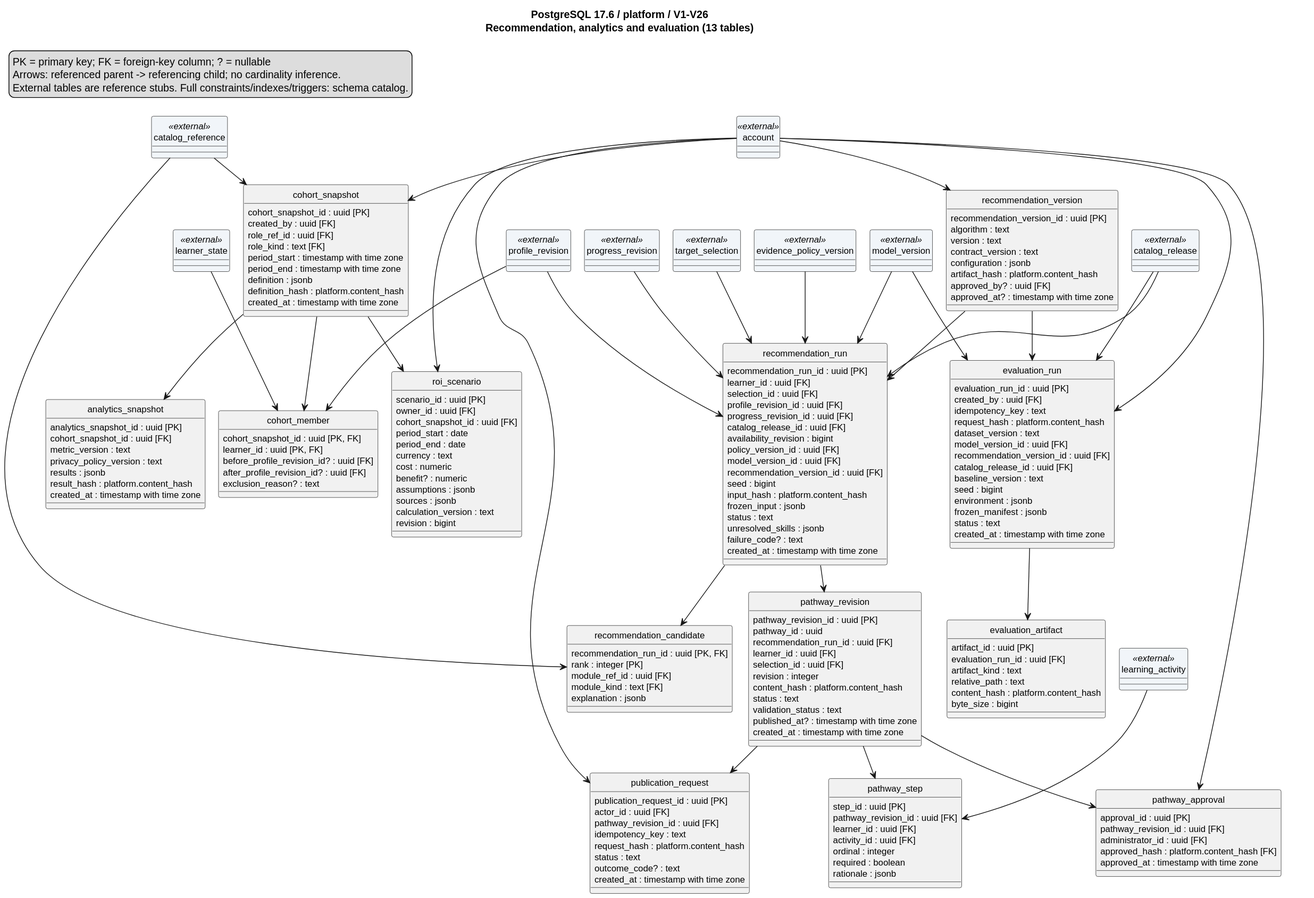
This is documents/diagrams/postgresql-pathway.svg from SEP490-Fall-2026-GFA26SE64/SEP490, a PlantUML export, as it was before one commit.
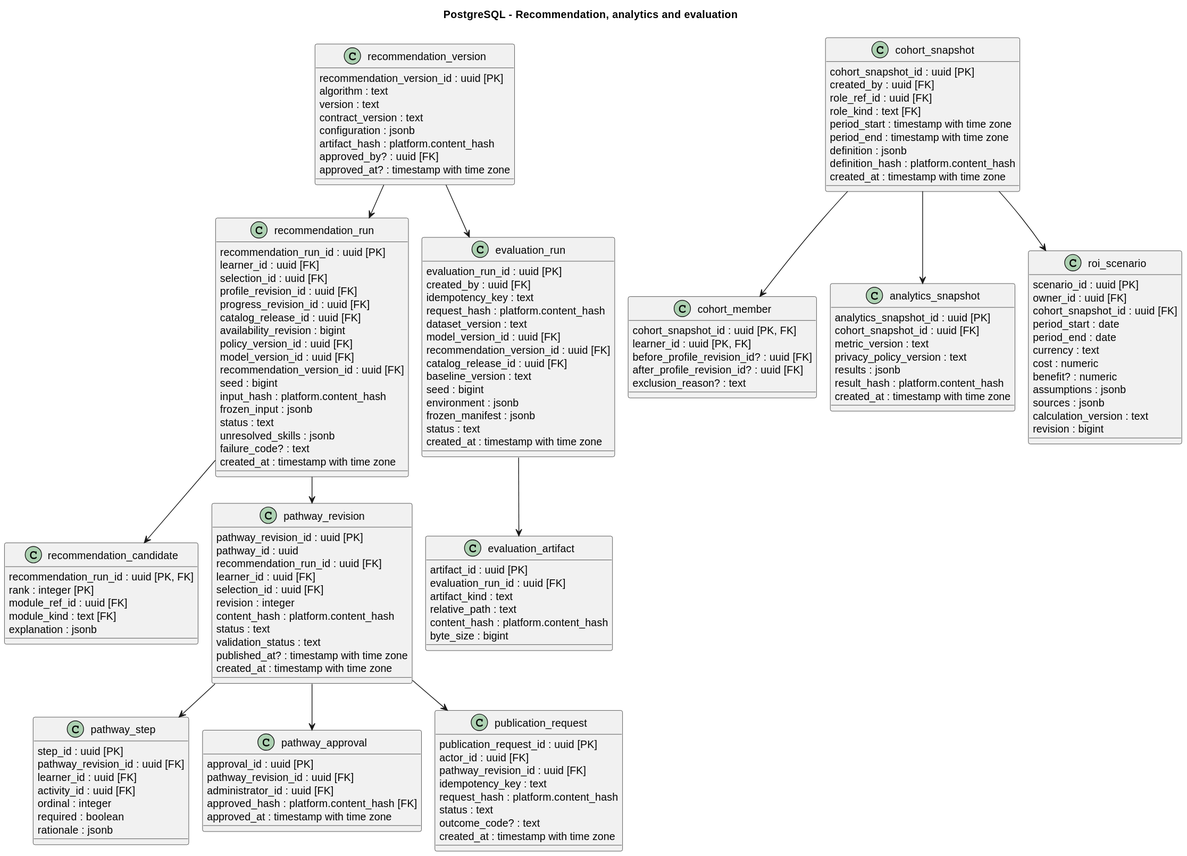
After the commit.

Diff of the diagram source:
```diff
@@ -2,194 +2,156 @@
 !pragma layout smetana
 top to bottom direction
 skinparam shadowing false
-hide circle
-skinparam classAttributeIconSize 0
-skinparam defaultFontName SansSerif
-skinparam defaultFontSize 12
-title PostgreSQL 17.6 / platform / V1-V26\nRecommendation, analytics and evaluation (13 tables)
-legend top left
-PK = primary key; FK = foreign-key column; ? = nullable
-Arrows: referenced parent -> referencing child; no cardinality inference.
-External tables are reference stubs. Full constraints/indexes/triggers: schema catalog.
-endlegend
+title PostgreSQL - Recommendation, analytics and evaluation
 class recommendation_version {
-  recommendation_version_id : uuid [PK]
-  algorithm : text
-  version : text
-  contract_version : text
-  configuration : jsonb
-  artifact_hash : platform.content_hash
-  approved_by? : uuid [FK]
-  approved_at? : timestamp with time zone
+    recommendation_version_id : uuid [PK]
+    algorithm : text
+    version : text
+    contract_version : text
+    configuration : jsonb
+    artifact_hash : platform.content_hash
+    approved_by? : uuid [FK]
+    approved_at? : timestamp with time zone
 }
 class recommendation_run {
-  recommendation_run_id : uuid [PK]
-  learner_id : uuid [FK]
-  selection_id : uuid [FK]
-  profile_revision_id : uuid [FK]
-  progress_revision_id : uuid [FK]
-  catalog_release_id : uuid [FK]
-  availability_revision : bigint
-  policy_version_id : uuid [FK]
-  model_version_id : uuid [FK]
-  recommendation_version_id : uuid [FK]
-  seed : bigint
-  input_hash : platform.content_hash
-  frozen_input : jsonb
-  status : text
-  unresolved_skills : jsonb
-  failure_code? : text
-  created_at : timestamp with time zone
+    recommendation_run_id : uuid [PK]
+    learner_id : uuid [FK]
+    selection_id : uuid [FK]
+    profile_revision_id : uuid [FK]
+    progress_revision_id : uuid [FK]
+    catalog_release_id : uuid [FK]
+    availability_revision : bigint
+    policy_version_id : uuid [FK]
+    model_version_id : uuid [FK]
+    recommendation_version_id : uuid [FK]
+    seed : bigint
+    input_hash : platform.content_hash
+    frozen_input : jsonb
+    status : text
+    unresolved_skills : jsonb
+    failure_code? : text
+    created_at : timestamp with time zone
 }
 class recommendation_candidate {
-  recommendation_run_id : uuid [PK, FK]
-  rank : integer [PK]
-  module_ref_id : uuid [FK]
-  module_kind : text [FK]
-  explanation : jsonb
+    recommendation_run_id : uuid [PK, FK]
+    rank : integer [PK]
+    module_ref_id : uuid [FK]
+    module_kind : text [FK]
+    explanation : jsonb
 }
 class pathway_revision {
-  pathway_revision_id : uuid [PK]
-  pathway_id : uuid
-  recommendation_run_id : uuid [FK]
-  learner_id : uuid [FK]
-  selection_id : uuid [FK]
-  revision : integer
-  content_hash : platform.content_hash
-  status : text
-  validation_status : text
-  published_at? : timestamp with time zone
-  created_at : timestamp with time zone
+    pathway_revision_id : uuid [PK]
+    pathway_id : uuid
+    recommendation_run_id : uuid [FK]
+    learner_id : uuid [FK]
+    selection_id : uuid [FK]
+    revision : integer
+    content_hash : platform.content_hash
+    status : text
+    validation_status : text
+    published_at? : timestamp with time zone
+    created_at : timestamp with time zone
 }
 class pathway_step {
-  step_id : uuid [PK]
-  pathway_revision_id : uuid [FK]
-  learner_id : uuid [FK]
-  activity_id : uuid [FK]
-  ordinal : integer
-  required : boolean
-  rationale : jsonb
+    step_id : uuid [PK]
+    pathway_revision_id : uuid [FK]
+    learner_id : uuid [FK]
+    activity_id : uuid [FK]
+    ordinal : integer
+    required : boolean
+    rationale : jsonb
 }
 class pathway_approval {
-  approval_id : uuid [PK]
-  pathway_revision_id : uuid [FK]
-  administrator_id : uuid [FK]
-  approved_hash : platform.content_hash [FK]
-  approved_at : timestamp with time zone
+    approval_id : uuid [PK]
+    pathway_revision_id : uuid [FK]
+    administrator_id : uuid [FK]
+    approved_hash : platform.content_hash [FK]
+    approved_at : timestamp with time zone
 }
 class publication_request {
-  publication_request_id : uuid [PK]
-  actor_id : uuid [FK]
-  pathway_revision_id : uuid [FK]
-  idempotency_key : text
-  request_hash : platform.content_hash
-  status : text
-  outcome_code? : text
-  created_at : timestamp with time zone
+    publication_request_id : uuid [PK]
+    actor_id : uuid [FK]
+    pathway_revision_id : uuid [FK]
+    idempotency_key : text
+    request_hash : platform.content_hash
+    status : text
+    outcome_code? : text
+    created_at : timestamp with time zone
 }
 class cohort_snapshot {
-  cohort_snapshot_id : uuid [PK]
-  created_by : uuid [FK]
-  role_ref_id : uuid [FK]
-  role_kind : text [FK]
-  period_start : timestamp with time zone
-  period_end : timestamp with time zone
-  definition : jsonb
-  definition_hash : platform.content_hash
-  created_at : timestamp with time zone
+    cohort_snapshot_id : uuid [PK]
+    created_by : uuid [FK]
+    role_ref_id : uuid [FK]
+    role_kind : text [FK]
+    period_start : timestamp with time zone
+    period_end : timestamp with time zone
+    definition : jsonb
+    definition_hash : platform.content_hash
+    created_at : timestamp with time zone
 }
 class cohort_member {
-  cohort_snapshot_id : uuid [PK, FK]
-  learner_id : uuid [PK, FK]
-  before_profile_revision_id? : uuid [FK]
-  after_profile_revision_id? : uuid [FK]
-  exclusion_reason? : text
+    cohort_snapshot_id : uuid [PK, FK]
+    learner_id : uuid [PK, FK]
+    before_profile_revision_id? : uuid [FK]
+    after_profile_revision_id? : uuid [FK]
+    exclusion_reason? : text
 }
 class analytics_snapshot {
-  analytics_snapshot_id : uuid [PK]
-  cohort_snapshot_id : uuid [FK]
-  metric_version : text
-  privacy_policy_version : text
-  results : jsonb
-  result_hash : platform.content_hash
-  created_at : timestamp with time zone
+    analytics_snapshot_id : uuid [PK]
+    cohort_snapshot_id : uuid [FK]
+    metric_version : text
+    privacy_policy_version : text
+    results : jsonb
+    result_hash : platform.content_hash
+    created_at : timestamp with time zone
 }
 class roi_scenario {
-  scenario_id : uuid [PK]
-  owner_id : uuid [FK]
-  cohort_snapshot_id : uuid [FK]
-  period_start : date
-  period_end : date
-  currency : text
-  cost : numeric
-  benefit? : numeric
-  assumptions : jsonb
-  sources : jsonb
-  calculation_version : text
-  revision : bigint
+    scenario_id : uuid [PK]
+    owner_id : uuid [FK]
+    cohort_snapshot_id : uuid [FK]
+    period_start : date
+    period_end : date
+    currency : text
+    cost : numeric
+    benefit? : numeric
+    assumptions : jsonb
+    sources : jsonb
+    calculation_version : text
+    revision : bigint
 }
 class evaluation_run {
-  evaluation_run_id : uuid [PK]
-  created_by : uuid [FK]
-  idempotency_key : text
-  request_hash : platform.content_hash
-  dataset_version : text
-  model_version_id : uuid [FK]
-  recommendation_version_id : uuid [FK]
-  catalog_release_id : uuid [FK]
-  baseline_version : text
-  seed : bigint
-  environment : jsonb
-  frozen_manifest : jsonb
-  status : text
-  created_at : timestamp with time zone
+    evaluation_run_id : uuid [PK]
+    created_by : uuid [FK]
+    idempotency_key : text
+    request_hash : platform.content_hash
+    dataset_version : text
+    model_version_id : uuid [FK]
+    recommendation_version_id : uuid [FK]
+    catalog_release_id : uuid [FK]
+    baseline_version : text
+    seed : bigint
+    environment : jsonb
+    frozen_manifest : jsonb
+    status : text
+    created_at : timestamp with time zone
 }
 class evaluation_artifact {
-  artifact_id : uuid [PK]
-  evaluation_run_id : uuid [FK]
-  artifact_kind : text
-  relative_path : text
-  content_hash : platform.content_hash
-  byte_size : bigint
+    artifact_id : uuid [PK]
+    evaluation_run_id : uuid [FK]
+    artifact_kind : text
+    relative_path : text
+    content_hash : platform.content_hash
+    byte_size : bigint
 }
-class account <<external>> #F1F5F9
-class catalog_reference <<external>> #F1F5F9
-class catalog_release <<external>> #F1F5F9
-class evidence_policy_version <<external>> #F1F5F9
-class learner_state <<external>> #F1F5F9
-class learning_activity <<external>> #F1F5F9
-class model_version <<external>> #F1F5F9
-class profile_revision <<external>> #F1F5F9
-class progress_revision <<external>> #F1F5F9
-class target_selection <<external>> #F1F5F9
-account --> cohort_snapshot
-account --> evaluation_run
-account --> pathway_approval
-account --> publication_request
-account --> recommendation_version
-account --> roi_scenario
-catalog_reference --> cohort_snapshot
-catalog_reference --> recommendation_candidate
-catalog_release --> evaluation_run
-catalog_release --> recommendation_run
 cohort_snapshot --> analytics_snapshot
 cohort_snapshot --> cohort_member
 cohort_snapshot --> roi_scenario
 evaluation_run --> evaluation_artifact
-evidence_policy_version --> recommendation_run
-learner_state --> cohort_member
-learning_activity --> pathway_step
-model_version --> evaluation_run
-model_version --> recommendation_run
 pathway_revision --> pathway_approval
 pathway_revision --> pathway_step
 pathway_revision --> publication_request
-profile_revision --> cohort_member
-profile_revision --> recommendation_run
-progress_revision --> recommendation_run
 recommendation_run --> pathway_revision
 recommendation_run --> recommendation_candidate
 recommendation_version --> evaluation_run
 recommendation_version --> recommendation_run
-target_selection --> recommendation_run
 @enduml
```
